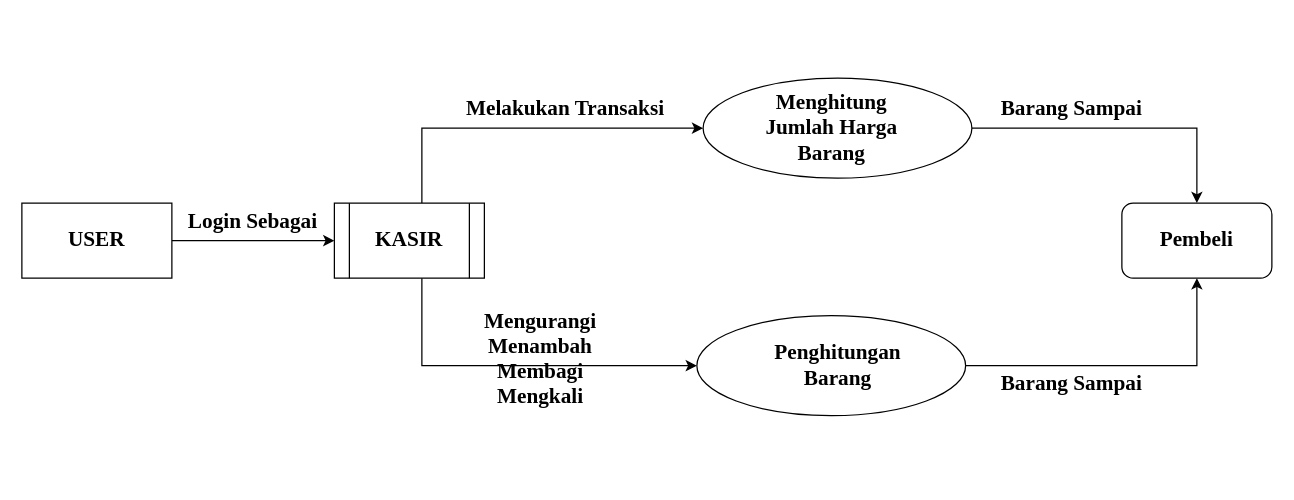
Before: Untitled Diagram.drawio in ahmadavrizal/Avrizal, a draw.io diagram. Source tidied: cells renumbered, new cells numbered last; positions are measured from the earlier drawing's top-left corner, leaving out a move shared by most shapes. Both pictures are drawn from the tidied source at 125%, with x=0, y=0 at pixel (21, 78).
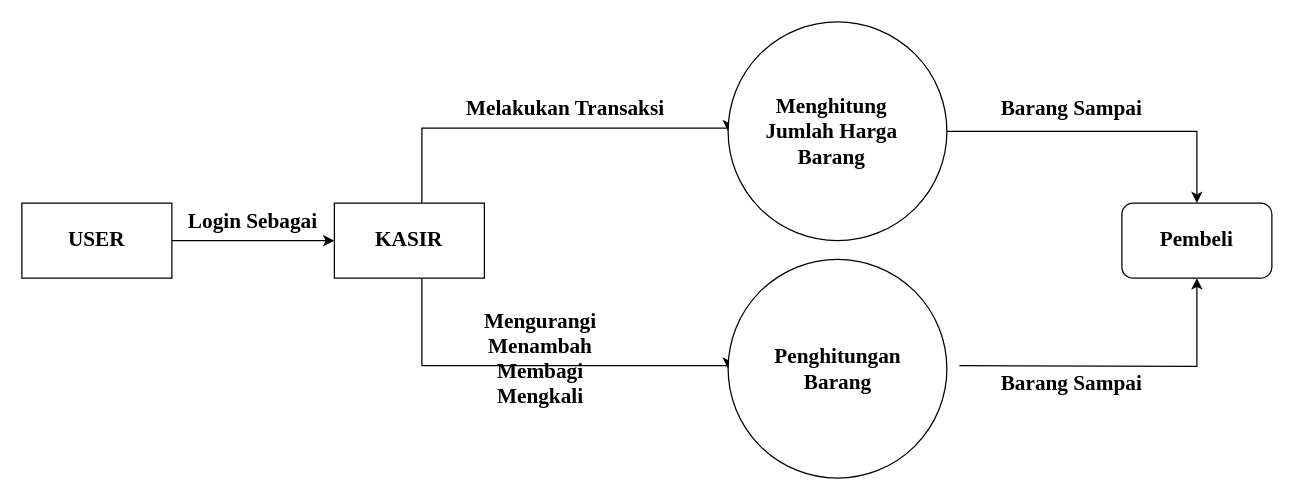
The same page after the edit.

The change refers to these unchanged cells:
```xml
<mxCell id="3" style="rounded=0;whiteSpace=wrap;html=1;" parent="1" vertex="1">
  <mxGeometry y="100" width="120" height="60" as="geometry" />
</mxCell>
<mxCell id="21" style="rounded=1;whiteSpace=wrap;html=1;" parent="1" vertex="1">
  <mxGeometry x="880" y="100" width="120" height="60" as="geometry" />
</mxCell>
```

What changed in the source:
```diff
@@
-    <mxCell id="2" style="edgeStyle=orthogonalEdgeStyle;rounded=0;jettySize=auto;html=1;entryX=0;entryY=0.5;entryDx=0;entryDy=0;" parent="1" edge="1" source="3" target="6">
-      <mxGeometry relative="1" as="geometry" />
+    <mxCell id="2" style="edgeStyle=orthogonalEdgeStyle;rounded=0;jettySize=auto;html=1;entryX=0;entryY=0.5;entryDx=0;entryDy=0;" parent="1" edge="1" source="3">
+      <mxGeometry relative="1" as="geometry">
+        <mxPoint x="250" y="130" as="targetPoint" />
+      </mxGeometry>
     </mxCell>
@@
-    <mxCell id="4" style="edgeStyle=orthogonalEdgeStyle;rounded=0;jettySize=auto;html=1;entryX=0;entryY=0.5;entryDx=0;entryDy=0;" parent="1" edge="1" source="6" target="8">
+    <mxCell id="4" style="edgeStyle=orthogonalEdgeStyle;rounded=0;jettySize=auto;html=1;entryX=0;entryY=0.5;entryDx=0;entryDy=0;" parent="1" edge="1" target="26">
       <mxGeometry relative="1" as="geometry">
+        <mxPoint x="320" y="100" as="sourcePoint" />
         <Array as="points">
           <mxPoint x="320" y="40" />
+          <mxPoint x="565" y="40" />
         </Array>
       </mxGeometry>
     </mxCell>
-    <mxCell id="5" style="edgeStyle=orthogonalEdgeStyle;rounded=0;jettySize=auto;html=1;entryX=0;entryY=0.5;entryDx=0;entryDy=0;" parent="1" edge="1" source="6" target="10">
+    <mxCell id="5" style="edgeStyle=orthogonalEdgeStyle;rounded=0;jettySize=auto;html=1;entryX=0;entryY=0.5;entryDx=0;entryDy=0;" parent="1" edge="1" target="27">
       <mxGeometry relative="1" as="geometry">
+        <mxPoint x="320" y="160" as="sourcePoint" />
         <Array as="points">
           <mxPoint x="320" y="230" />
+          <mxPoint x="565" y="230" />
         </Array>
       </mxGeometry>
     </mxCell>
-    <mxCell id="6" style="shape=process;whiteSpace=wrap;html=1;backgroundOutline=1;" parent="1" vertex="1">
-      <mxGeometry x="250" y="100" width="120" height="60" as="geometry" />
-    </mxCell>
-    <mxCell id="7" style="edgeStyle=orthogonalEdgeStyle;rounded=0;jettySize=auto;html=1;entryX=0.5;entryY=0;entryDx=0;entryDy=0;" parent="1" edge="1" source="8" target="21">
+    <mxCell id="7" style="edgeStyle=orthogonalEdgeStyle;rounded=0;jettySize=auto;html=1;entryX=0.5;entryY=0;entryDx=0;entryDy=0;exitX=1;exitY=0.5;exitDx=0;exitDy=0;" parent="1" edge="1" source="26" target="21">
       <mxGeometry relative="1" as="geometry" />
     </mxCell>
-    <mxCell id="8" style="ellipse;whiteSpace=wrap;html=1;" parent="1" vertex="1">
-      <mxGeometry x="545" width="215" height="80" as="geometry" />
-    </mxCell>
-    <mxCell id="9" style="edgeStyle=orthogonalEdgeStyle;rounded=0;jettySize=auto;html=1;entryX=0.5;entryY=1;entryDx=0;entryDy=0;" parent="1" edge="1" source="10" target="21">
-      <mxGeometry relative="1" as="geometry" />
+    <mxCell id="9" style="edgeStyle=orthogonalEdgeStyle;rounded=0;jettySize=auto;html=1;entryX=0.5;entryY=1;entryDx=0;entryDy=0;" parent="1" edge="1" target="21">
+      <mxGeometry relative="1" as="geometry">
+        <mxPoint x="750" y="230" as="sourcePoint" />
+      </mxGeometry>
     </mxCell>
-    <mxCell id="10" style="ellipse;whiteSpace=wrap;html=1;" parent="1" vertex="1">
-      <mxGeometry x="540" y="190" width="215" height="80" as="geometry" />
-    </mxCell>
@@
-    <mxCell id="12" value="&lt;font face=&quot;Times New Roman&quot;&gt;&lt;span style=&quot;font-size: 17px&quot;&gt;&lt;b&gt;KASIR&lt;/b&gt;&lt;/span&gt;&lt;/font&gt;" style="text;html=1;strokeColor=none;fillColor=none;align=center;verticalAlign=middle;whiteSpace=wrap;rounded=0;" parent="1" vertex="1">
-      <mxGeometry x="250" y="115" width="120" height="30" as="geometry" />
-    </mxCell>
-    <mxCell id="13" value="&lt;font face=&quot;Times New Roman&quot;&gt;&lt;span style=&quot;font-size: 17px&quot;&gt;&lt;b&gt;Menghitung Jumlah Harga Barang&lt;/b&gt;&lt;/span&gt;&lt;/font&gt;" style="text;html=1;strokeColor=none;fillColor=none;align=center;verticalAlign=middle;whiteSpace=wrap;rounded=0;" parent="1" vertex="1">
-      <mxGeometry x="587.5" y="25" width="120" height="30" as="geometry" />
-    </mxCell>
-    <mxCell id="14" value="&lt;font face=&quot;Times New Roman&quot;&gt;&lt;span style=&quot;font-size: 17px&quot;&gt;&lt;b&gt;Penghitungan Barang&lt;/b&gt;&lt;/span&gt;&lt;/font&gt;" style="text;html=1;strokeColor=none;fillColor=none;align=center;verticalAlign=middle;whiteSpace=wrap;rounded=0;" parent="1" vertex="1">
-      <mxGeometry x="592.5" y="215" width="120" height="30" as="geometry" />
-    </mxCell>
@@
+    <mxCell id="25" style="rounded=0;whiteSpace=wrap;html=1;" parent="1" vertex="1">
+      <mxGeometry x="250" y="100" width="120" height="60" as="geometry" />
+    </mxCell>
+    <mxCell id="12" value="&lt;font face=&quot;Times New Roman&quot;&gt;&lt;span style=&quot;font-size: 17px&quot;&gt;&lt;b&gt;KASIR&lt;/b&gt;&lt;/span&gt;&lt;/font&gt;" style="text;html=1;strokeColor=none;fillColor=none;align=center;verticalAlign=middle;whiteSpace=wrap;rounded=0;" parent="1" vertex="1">
+      <mxGeometry x="250" y="115" width="120" height="30" as="geometry" />
+    </mxCell>
+    <mxCell id="26" style="ellipse;whiteSpace=wrap;html=1;" parent="1" vertex="1">
+      <mxGeometry x="565" y="-45" width="175" height="175" as="geometry" />
+    </mxCell>
+    <mxCell id="13" value="&lt;font face=&quot;Times New Roman&quot;&gt;&lt;span style=&quot;font-size: 17px&quot;&gt;&lt;b&gt;Menghitung Jumlah Harga Barang&lt;/b&gt;&lt;/span&gt;&lt;/font&gt;" style="text;html=1;strokeColor=none;fillColor=none;align=center;verticalAlign=middle;whiteSpace=wrap;rounded=0;" parent="1" vertex="1">
+      <mxGeometry x="587.5" y="27.5" width="120" height="30" as="geometry" />
+    </mxCell>
+    <mxCell id="27" style="ellipse;whiteSpace=wrap;html=1;" parent="1" vertex="1">
+      <mxGeometry x="565" y="145" width="175" height="175" as="geometry" />
+    </mxCell>
+    <mxCell id="14" value="&lt;font face=&quot;Times New Roman&quot;&gt;&lt;span style=&quot;font-size: 17px&quot;&gt;&lt;b&gt;Penghitungan Barang&lt;/b&gt;&lt;/span&gt;&lt;/font&gt;" style="text;html=1;strokeColor=none;fillColor=none;align=center;verticalAlign=middle;whiteSpace=wrap;rounded=0;" parent="1" vertex="1">
+      <mxGeometry x="592.5" y="217.5" width="120" height="30" as="geometry" />
+    </mxCell>
```
